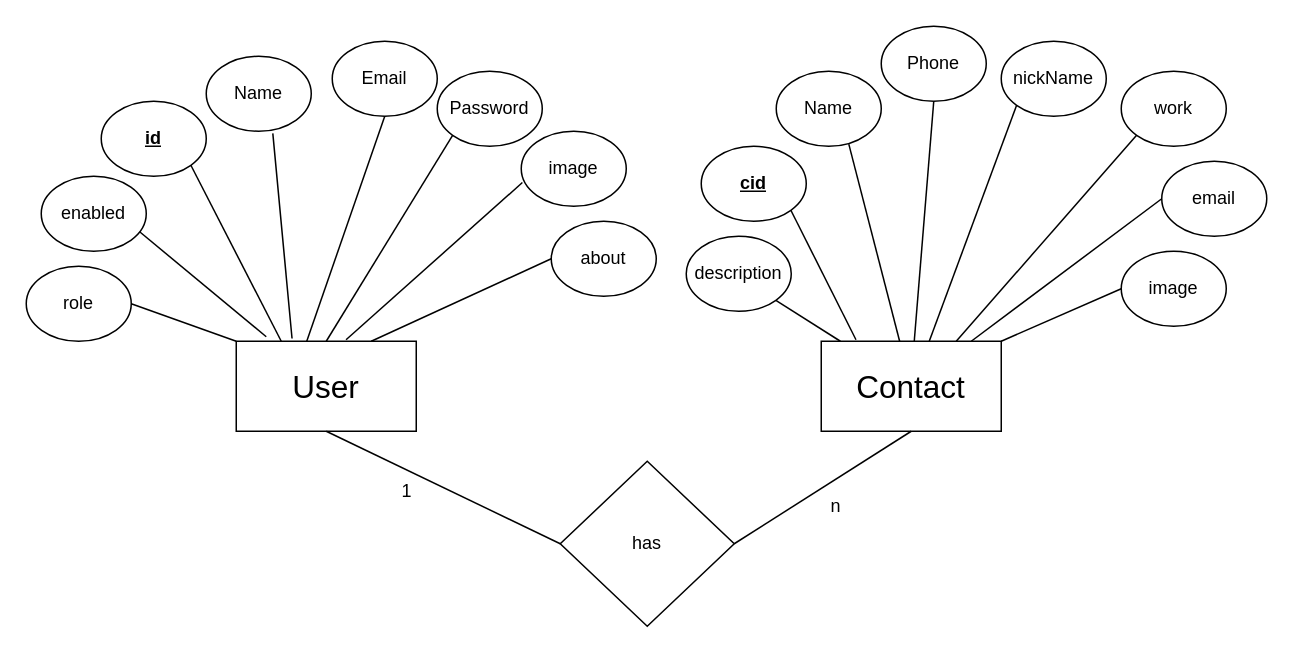
nirajaky/smart-contact-manager keeps this draw.io diagram as Untitled Diagram.drawio. Above is the earlier version. Source tidied: cells renumbered, new cells numbered last; positions are measured from the earlier drawing's top-left corner, leaving out a move shared by most shapes. Both pictures are drawn from the tidied source at 150%, with x=0, y=0 at pixel (26, 26).
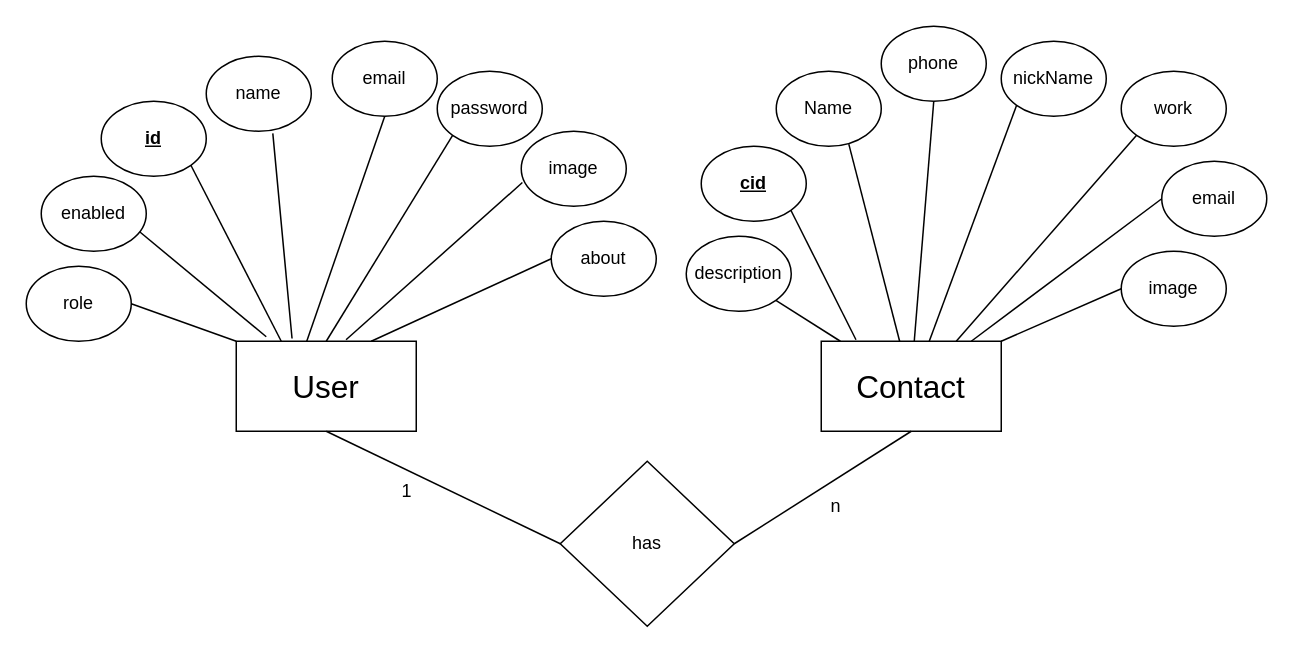
The same diagram, later.

Diff of the diagram source:
```diff
@@
-    <mxCell id="5" value="Name&lt;br&gt;" style="ellipse;whiteSpace=wrap;html=1;" parent="1" vertex="1">
+    <mxCell id="5" value="name" style="ellipse;whiteSpace=wrap;html=1;" parent="1" vertex="1">
       <mxGeometry x="120" y="20" width="70" height="50" as="geometry" />
     </mxCell>
-    <mxCell id="6" value="Email" style="ellipse;whiteSpace=wrap;html=1;" parent="1" vertex="1">
+    <mxCell id="6" value="email" style="ellipse;whiteSpace=wrap;html=1;" parent="1" vertex="1">
       <mxGeometry x="204" y="10" width="70" height="50" as="geometry" />
     </mxCell>
-    <mxCell id="7" value="Password" style="ellipse;whiteSpace=wrap;html=1;" parent="1" vertex="1">
+    <mxCell id="7" value="password" style="ellipse;whiteSpace=wrap;html=1;" parent="1" vertex="1">
       <mxGeometry x="274" y="30" width="70" height="50" as="geometry" />
     </mxCell>
@@
-    <mxCell id="22" value="Phone" style="ellipse;whiteSpace=wrap;html=1;" parent="1" vertex="1">
+    <mxCell id="22" value="phone" style="ellipse;whiteSpace=wrap;html=1;" parent="1" vertex="1">
       <mxGeometry x="570" width="70" height="50" as="geometry" />
     </mxCell>
```
